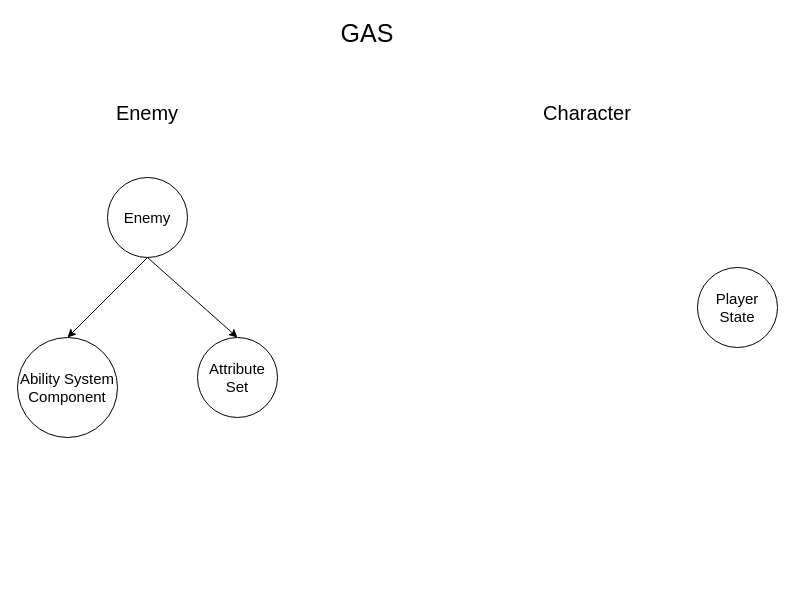
Earlier version of the draw.io diagram page "Flow create Enemy vs Character" (2 of 2) of GAS flow.drawio (HungBuii/L-GAS). Source tidied: cells renumbered, new cells numbered last; positions are measured from the earlier drawing's top-left corner, leaving out a move shared by most shapes. Both pictures are drawn from the tidied source at 100%, with x=0, y=0 at pixel (17, 17).
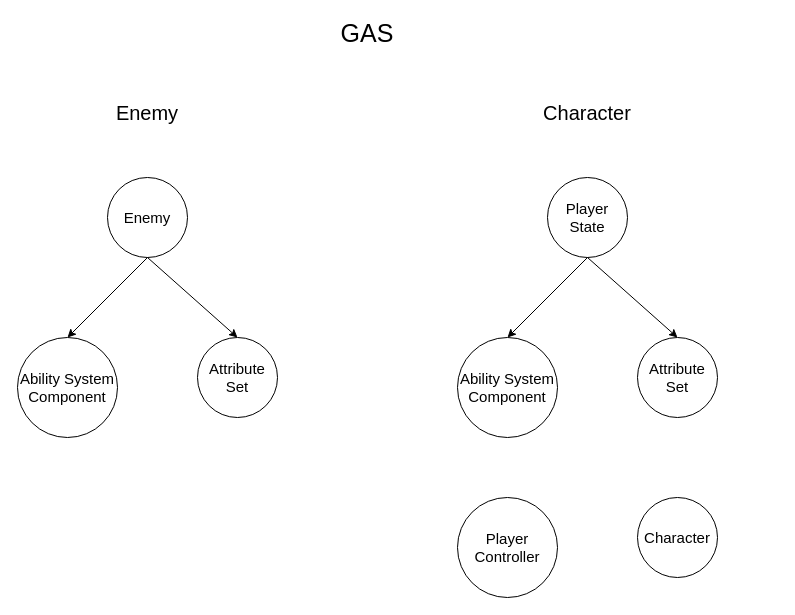
The same page after the edit.

Commit message:
Update GAS flow Enemy vs Character.drawio

Diff of the diagram source:
```diff
@@
 <mxGraphModel>
   <root>
     <mxCell id="0" />
     <mxCell id="1" parent="0" />
     <mxCell id="2" value="&lt;font style=&quot;font-size: 20px;&quot;&gt;Enemy&lt;/font&gt;" style="text;html=1;whiteSpace=wrap;strokeColor=none;fillColor=none;align=center;verticalAlign=middle;rounded=0;" parent="1" vertex="1">
       <mxGeometry x="100" y="80" width="60" height="30" as="geometry" />
     </mxCell>
     <mxCell id="3" value="&lt;font style=&quot;font-size: 20px;&quot;&gt;Character&lt;/font&gt;" style="text;html=1;whiteSpace=wrap;strokeColor=none;fillColor=none;align=center;verticalAlign=middle;rounded=0;" parent="1" vertex="1">
       <mxGeometry x="540" y="80" width="60" height="30" as="geometry" />
     </mxCell>
     <mxCell id="4" value="&lt;font style=&quot;font-size: 25px;&quot;&gt;GAS&lt;/font&gt;" style="text;html=1;whiteSpace=wrap;strokeColor=none;fillColor=none;align=center;verticalAlign=middle;rounded=0;" parent="1" vertex="1">
       <mxGeometry x="320" width="60" height="30" as="geometry" />
     </mxCell>
     <mxCell id="5" value="&lt;font style=&quot;font-size: 15px;&quot;&gt;Enemy&lt;/font&gt;" style="ellipse;whiteSpace=wrap;html=1;" parent="1" vertex="1">
       <mxGeometry x="90" y="160" width="80" height="80" as="geometry" />
     </mxCell>
     <mxCell id="6" value="&lt;font style=&quot;font-size: 15px;&quot;&gt;Ability System Component&lt;/font&gt;" style="ellipse;whiteSpace=wrap;html=1;" parent="1" vertex="1">
       <mxGeometry y="320" width="100" height="100" as="geometry" />
     </mxCell>
     <mxCell id="7" value="&lt;font style=&quot;font-size: 15px;&quot;&gt;Attribute Set&lt;/font&gt;" style="ellipse;whiteSpace=wrap;html=1;" parent="1" vertex="1">
       <mxGeometry x="180" y="320" width="80" height="80" as="geometry" />
     </mxCell>
     <mxCell id="8" style="endArrow=classic;html=1;rounded=0;exitX=0.5;exitY=1;exitDx=0;exitDy=0;entryX=0.5;entryY=0;entryDx=0;entryDy=0;" parent="1" edge="1" source="5" target="6">
       <mxGeometry relative="1" as="geometry" />
     </mxCell>
     <mxCell id="9" style="endArrow=classic;html=1;rounded=0;exitX=0.5;exitY=1;exitDx=0;exitDy=0;entryX=0.5;entryY=0;entryDx=0;entryDy=0;" parent="1" edge="1" source="5" target="7">
       <mxGeometry relative="1" as="geometry" />
     </mxCell>
     <mxCell id="10" value="&lt;font style=&quot;font-size: 15px;&quot;&gt;Player State&lt;/font&gt;" style="ellipse;whiteSpace=wrap;html=1;" parent="1" vertex="1">
-      <mxGeometry x="680" y="250" width="80" height="80" as="geometry" />
+      <mxGeometry x="530" y="160" width="80" height="80" as="geometry" />
     </mxCell>
+    <mxCell id="11" value="&lt;font style=&quot;font-size: 15px;&quot;&gt;Ability System Component&lt;/font&gt;" style="ellipse;whiteSpace=wrap;html=1;" parent="1" vertex="1">
+      <mxGeometry x="440" y="320" width="100" height="100" as="geometry" />
+    </mxCell>
+    <mxCell id="12" value="&lt;font style=&quot;font-size: 15px;&quot;&gt;Attribute Set&lt;/font&gt;" style="ellipse;whiteSpace=wrap;html=1;" parent="1" vertex="1">
+      <mxGeometry x="620" y="320" width="80" height="80" as="geometry" />
+    </mxCell>
+    <mxCell id="13" style="endArrow=classic;html=1;rounded=0;exitX=0.5;exitY=1;exitDx=0;exitDy=0;entryX=0.5;entryY=0;entryDx=0;entryDy=0;" parent="1" edge="1" source="10" target="11">
+      <mxGeometry relative="1" as="geometry" />
+    </mxCell>
+    <mxCell id="14" style="endArrow=classic;html=1;rounded=0;exitX=0.5;exitY=1;exitDx=0;exitDy=0;entryX=0.5;entryY=0;entryDx=0;entryDy=0;" parent="1" edge="1" source="10" target="12">
+      <mxGeometry relative="1" as="geometry" />
+    </mxCell>
+    <mxCell id="15" value="&lt;font style=&quot;font-size: 15px;&quot;&gt;Player Controller&lt;/font&gt;" style="ellipse;whiteSpace=wrap;html=1;" parent="1" vertex="1">
+      <mxGeometry x="440" y="480" width="100" height="100" as="geometry" />
+    </mxCell>
+    <mxCell id="16" value="&lt;font style=&quot;font-size: 15px;&quot;&gt;Character&lt;/font&gt;" style="ellipse;whiteSpace=wrap;html=1;" parent="1" vertex="1">
+      <mxGeometry x="620" y="480" width="80" height="80" as="geometry" />
+    </mxCell>
   </root>
 </mxGraphModel>
```
